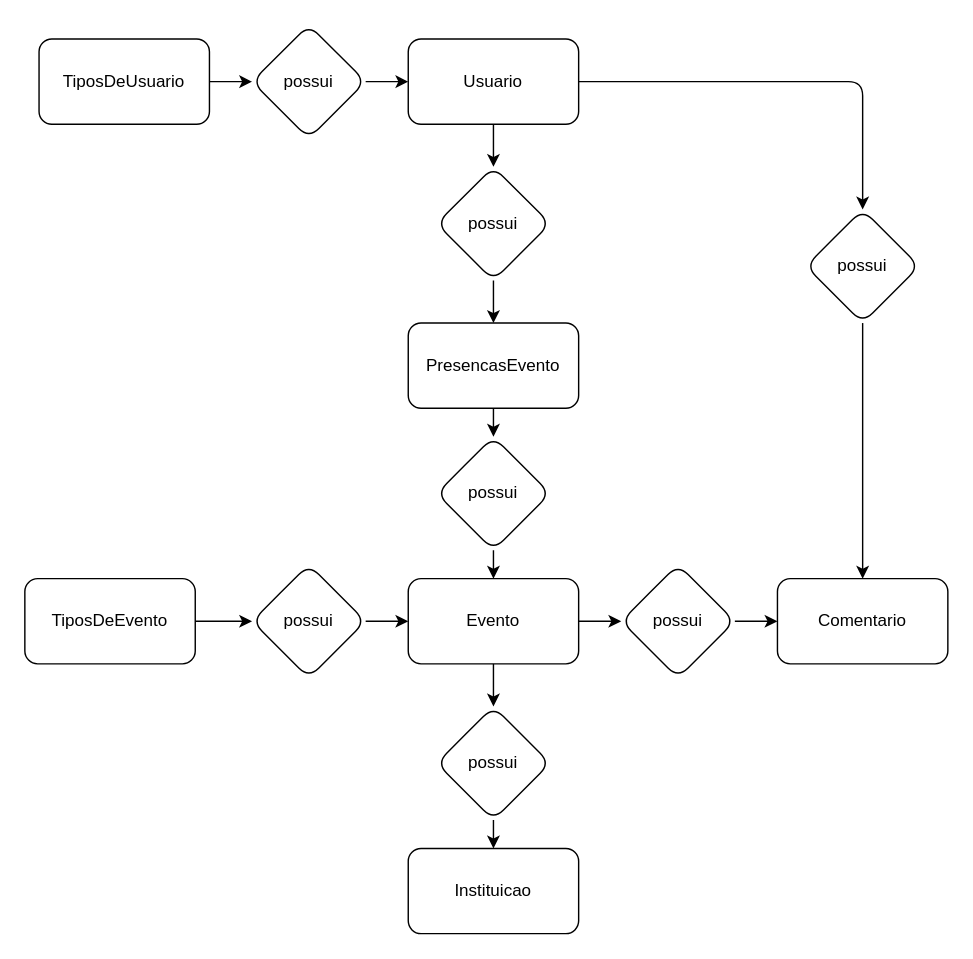
Above: Banco de dados - Sprint 1/Projeto Event+/Event+.drawio in LucasBO7/senai-curso-repos-semestre-2 (draw.io), before the change. Source tidied: cells renumbered, new cells numbered last; positions are measured from the earlier drawing's top-left corner, leaving out a move shared by most shapes. Both pictures are drawn from the tidied source at 142%, with x=0, y=0 at pixel (24, 24).
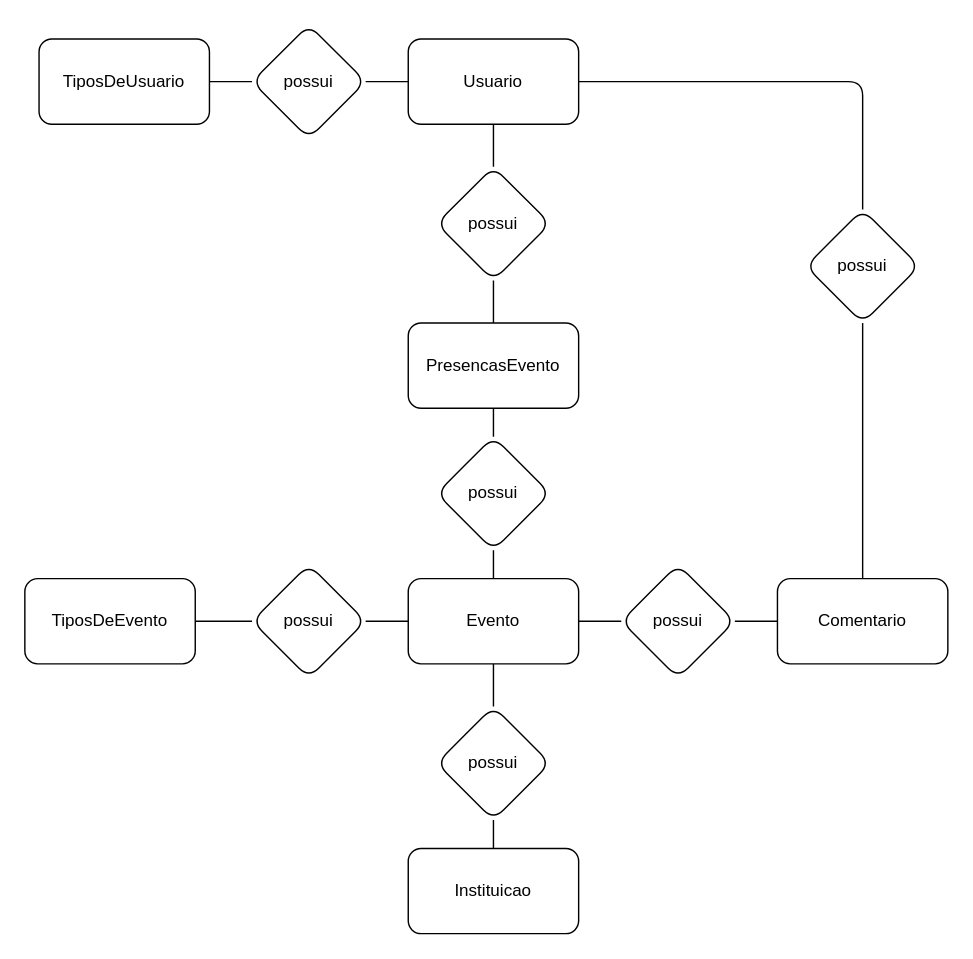
After the change.

The change refers to these unchanged cells:
```xml
<mxCell id="4" value="Usuario" style="rounded=1;whiteSpace=wrap;html=1;" parent="1" vertex="1">
  <mxGeometry x="270" y="10" width="120" height="60" as="geometry" />
</mxCell>
<mxCell id="6" value="TiposDeUsuario" style="rounded=1;whiteSpace=wrap;html=1;" parent="1" vertex="1">
  <mxGeometry x="10" y="10" width="120" height="60" as="geometry" />
</mxCell>
<mxCell id="8" value="TiposDeEvento" style="rounded=1;whiteSpace=wrap;html=1;" parent="1" vertex="1">
  <mxGeometry y="390" width="120" height="60" as="geometry" />
</mxCell>
<mxCell id="11" value="Evento" style="rounded=1;whiteSpace=wrap;html=1;" parent="1" vertex="1">
  <mxGeometry x="270" y="390" width="120" height="60" as="geometry" />
</mxCell>
<mxCell id="13" value="PresencasEvento" style="rounded=1;whiteSpace=wrap;html=1;" parent="1" vertex="1">
  <mxGeometry x="270" y="210" width="120" height="60" as="geometry" />
</mxCell>
<mxCell id="14" value="Instituicao" style="rounded=1;whiteSpace=wrap;html=1;" parent="1" vertex="1">
  <mxGeometry x="270" y="580" width="120" height="60" as="geometry" />
</mxCell>
<mxCell id="15" value="Comentario" style="rounded=1;whiteSpace=wrap;html=1;" parent="1" vertex="1">
  <mxGeometry x="530" y="390" width="120" height="60" as="geometry" />
</mxCell>
<mxCell id="17" value="possui" style="rhombus;whiteSpace=wrap;html=1;rounded=1;" parent="1" vertex="1">
  <mxGeometry x="160" width="80" height="80" as="geometry" />
</mxCell>
<mxCell id="19" value="possui" style="rhombus;whiteSpace=wrap;html=1;rounded=1;" parent="1" vertex="1">
  <mxGeometry x="290" y="100" width="80" height="80" as="geometry" />
</mxCell>
<mxCell id="21" value="possui" style="rhombus;whiteSpace=wrap;html=1;rounded=1;" parent="1" vertex="1">
  <mxGeometry x="290" y="290" width="80" height="80" as="geometry" />
</mxCell>
<mxCell id="23" value="possui" style="rhombus;whiteSpace=wrap;html=1;rounded=1;" parent="1" vertex="1">
  <mxGeometry x="160" y="380" width="80" height="80" as="geometry" />
</mxCell>
<mxCell id="25" value="possui" style="rhombus;whiteSpace=wrap;html=1;rounded=1;" parent="1" vertex="1">
  <mxGeometry x="290" y="480" width="80" height="80" as="geometry" />
</mxCell>
<mxCell id="27" value="possui" style="rhombus;whiteSpace=wrap;html=1;rounded=1;" parent="1" vertex="1">
  <mxGeometry x="420" y="380" width="80" height="80" as="geometry" />
</mxCell>
<mxCell id="29" value="possui" style="rhombus;whiteSpace=wrap;html=1;rounded=1;" parent="1" vertex="1">
  <mxGeometry x="550" y="130" width="80" height="80" as="geometry" />
</mxCell>
```

Change to the diagram source:
```diff
@@
-    <mxCell id="2" style="edgeStyle=orthogonalEdgeStyle;rounded=1;jettySize=auto;html=1;entryX=0.5;entryY=0;entryDx=0;entryDy=0;" parent="1" edge="1" source="4" target="19">
+    <mxCell id="2" style="edgeStyle=orthogonalEdgeStyle;rounded=1;jettySize=auto;html=1;entryX=0.5;entryY=0;entryDx=0;entryDy=0;endArrow=none;endFill=0;" parent="1" edge="1" source="4" target="19">
       <mxGeometry relative="1" as="geometry" />
     </mxCell>
-    <mxCell id="3" style="edgeStyle=orthogonalEdgeStyle;rounded=1;jettySize=auto;html=1;entryX=0.5;entryY=0;entryDx=0;entryDy=0;" parent="1" edge="1" source="4" target="29">
+    <mxCell id="3" style="edgeStyle=orthogonalEdgeStyle;rounded=1;jettySize=auto;html=1;entryX=0.5;entryY=0;entryDx=0;entryDy=0;shadow=0;endArrow=none;endFill=0;" parent="1" edge="1" source="4" target="29">
       <mxGeometry relative="1" as="geometry" />
     </mxCell>
@@
-    <mxCell id="5" style="edgeStyle=orthogonalEdgeStyle;rounded=1;jettySize=auto;html=1;entryX=0;entryY=0.5;entryDx=0;entryDy=0;" parent="1" edge="1" source="6" target="17">
+    <mxCell id="5" style="edgeStyle=orthogonalEdgeStyle;rounded=1;jettySize=auto;html=1;entryX=0;entryY=0.5;entryDx=0;entryDy=0;endArrow=none;endFill=0;" parent="1" edge="1" source="6" target="17">
       <mxGeometry relative="1" as="geometry" />
     </mxCell>
@@
-    <mxCell id="7" style="edgeStyle=orthogonalEdgeStyle;rounded=1;jettySize=auto;html=1;entryX=0;entryY=0.5;entryDx=0;entryDy=0;" parent="1" edge="1" source="8" target="23">
+    <mxCell id="7" style="edgeStyle=orthogonalEdgeStyle;rounded=1;jettySize=auto;html=1;entryX=0;entryY=0.5;entryDx=0;entryDy=0;endArrow=none;endFill=0;" parent="1" edge="1" source="8" target="23">
       <mxGeometry relative="1" as="geometry" />
     </mxCell>
@@
-    <mxCell id="9" style="edgeStyle=orthogonalEdgeStyle;rounded=1;jettySize=auto;html=1;entryX=0.5;entryY=0;entryDx=0;entryDy=0;" parent="1" edge="1" source="11" target="25">
+    <mxCell id="9" style="edgeStyle=orthogonalEdgeStyle;rounded=1;jettySize=auto;html=1;entryX=0.5;entryY=0;entryDx=0;entryDy=0;endArrow=none;endFill=0;" parent="1" edge="1" source="11" target="25">
       <mxGeometry relative="1" as="geometry" />
     </mxCell>
-    <mxCell id="10" style="edgeStyle=orthogonalEdgeStyle;rounded=1;jettySize=auto;html=1;entryX=0;entryY=0.5;entryDx=0;entryDy=0;" parent="1" edge="1" source="11" target="27">
+    <mxCell id="10" style="edgeStyle=orthogonalEdgeStyle;rounded=1;jettySize=auto;html=1;entryX=0;entryY=0.5;entryDx=0;entryDy=0;endArrow=none;endFill=0;" parent="1" edge="1" source="11" target="27">
       <mxGeometry relative="1" as="geometry" />
     </mxCell>
@@
-    <mxCell id="12" style="edgeStyle=orthogonalEdgeStyle;rounded=1;jettySize=auto;html=1;entryX=0.5;entryY=0;entryDx=0;entryDy=0;" parent="1" edge="1" source="13" target="21">
+    <mxCell id="12" style="edgeStyle=orthogonalEdgeStyle;rounded=1;jettySize=auto;html=1;entryX=0.5;entryY=0;entryDx=0;entryDy=0;endArrow=none;endFill=0;" parent="1" edge="1" source="13" target="21">
       <mxGeometry relative="1" as="geometry" />
     </mxCell>
@@
-    <mxCell id="16" style="edgeStyle=orthogonalEdgeStyle;rounded=1;jettySize=auto;html=1;entryX=0;entryY=0.5;entryDx=0;entryDy=0;" parent="1" edge="1" source="17" target="4">
+    <mxCell id="16" style="edgeStyle=orthogonalEdgeStyle;rounded=1;jettySize=auto;html=1;entryX=0;entryY=0.5;entryDx=0;entryDy=0;endArrow=none;endFill=0;" parent="1" edge="1" source="17" target="4">
       <mxGeometry relative="1" as="geometry" />
     </mxCell>
@@
-    <mxCell id="18" style="edgeStyle=orthogonalEdgeStyle;rounded=1;jettySize=auto;html=1;entryX=0.5;entryY=0;entryDx=0;entryDy=0;" parent="1" edge="1" source="19" target="13">
+    <mxCell id="18" style="edgeStyle=orthogonalEdgeStyle;rounded=1;jettySize=auto;html=1;entryX=0.5;entryY=0;entryDx=0;entryDy=0;endArrow=none;endFill=0;" parent="1" edge="1" source="19" target="13">
       <mxGeometry relative="1" as="geometry" />
     </mxCell>
@@
-    <mxCell id="20" style="edgeStyle=orthogonalEdgeStyle;rounded=1;jettySize=auto;html=1;entryX=0.5;entryY=0;entryDx=0;entryDy=0;" parent="1" edge="1" source="21" target="11">
+    <mxCell id="20" style="edgeStyle=orthogonalEdgeStyle;rounded=1;jettySize=auto;html=1;entryX=0.5;entryY=0;entryDx=0;entryDy=0;endArrow=none;endFill=0;" parent="1" edge="1" source="21" target="11">
       <mxGeometry relative="1" as="geometry" />
     </mxCell>
@@
-    <mxCell id="22" style="edgeStyle=orthogonalEdgeStyle;rounded=1;jettySize=auto;html=1;entryX=0;entryY=0.5;entryDx=0;entryDy=0;" parent="1" edge="1" source="23" target="11">
+    <mxCell id="22" style="edgeStyle=orthogonalEdgeStyle;rounded=1;jettySize=auto;html=1;entryX=0;entryY=0.5;entryDx=0;entryDy=0;endArrow=none;endFill=0;" parent="1" edge="1" source="23" target="11">
       <mxGeometry relative="1" as="geometry" />
     </mxCell>
@@
-    <mxCell id="24" style="edgeStyle=orthogonalEdgeStyle;rounded=1;jettySize=auto;html=1;entryX=0.5;entryY=0;entryDx=0;entryDy=0;" parent="1" edge="1" source="25" target="14">
+    <mxCell id="24" style="edgeStyle=orthogonalEdgeStyle;rounded=1;jettySize=auto;html=1;entryX=0.5;entryY=0;entryDx=0;entryDy=0;endArrow=none;endFill=0;" parent="1" edge="1" source="25" target="14">
       <mxGeometry relative="1" as="geometry" />
     </mxCell>
@@
-    <mxCell id="26" style="edgeStyle=orthogonalEdgeStyle;rounded=1;jettySize=auto;html=1;entryX=0;entryY=0.5;entryDx=0;entryDy=0;" parent="1" edge="1" source="27" target="15">
+    <mxCell id="26" style="edgeStyle=orthogonalEdgeStyle;rounded=1;jettySize=auto;html=1;entryX=0;entryY=0.5;entryDx=0;entryDy=0;endArrow=none;endFill=0;" parent="1" edge="1" source="27" target="15">
       <mxGeometry relative="1" as="geometry" />
     </mxCell>
@@
-    <mxCell id="28" style="edgeStyle=orthogonalEdgeStyle;rounded=1;jettySize=auto;html=1;entryX=0.5;entryY=0;entryDx=0;entryDy=0;" parent="1" edge="1" source="29" target="15">
+    <mxCell id="28" style="edgeStyle=orthogonalEdgeStyle;rounded=1;jettySize=auto;html=1;entryX=0.5;entryY=0;entryDx=0;entryDy=0;endArrow=none;endFill=0;" parent="1" edge="1" source="29" target="15">
       <mxGeometry relative="1" as="geometry" />
     </mxCell>
```
